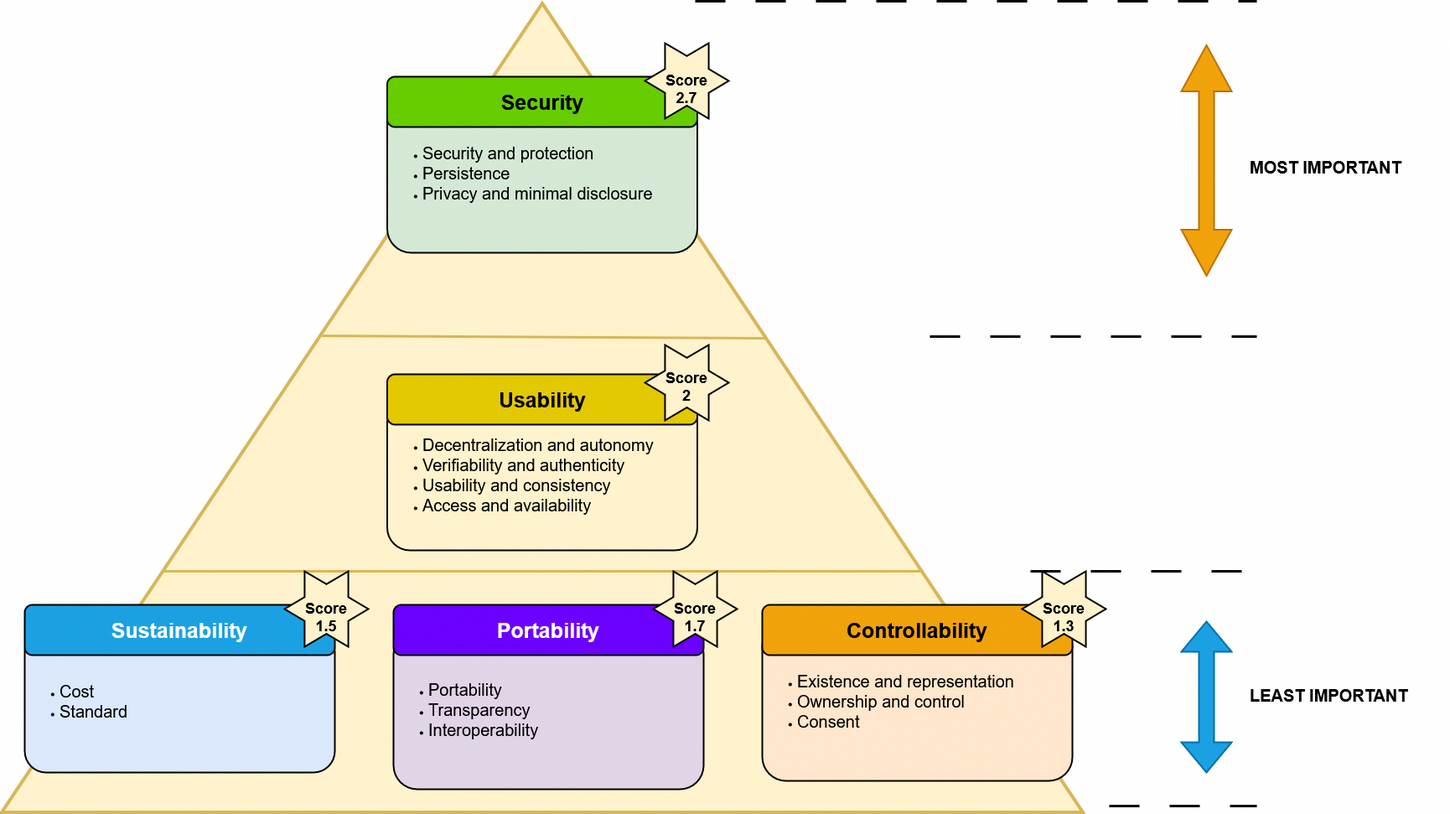
Before: definition/images/survey/ImportantGroups.png, a diagram exported from draw.io (cristianlepore/Self-Sovereign-Identity). Source tidied: cells renumbered, new cells last; positions are measured from the earlier drawing's top-left corner, leaving out a move shared by most shapes.
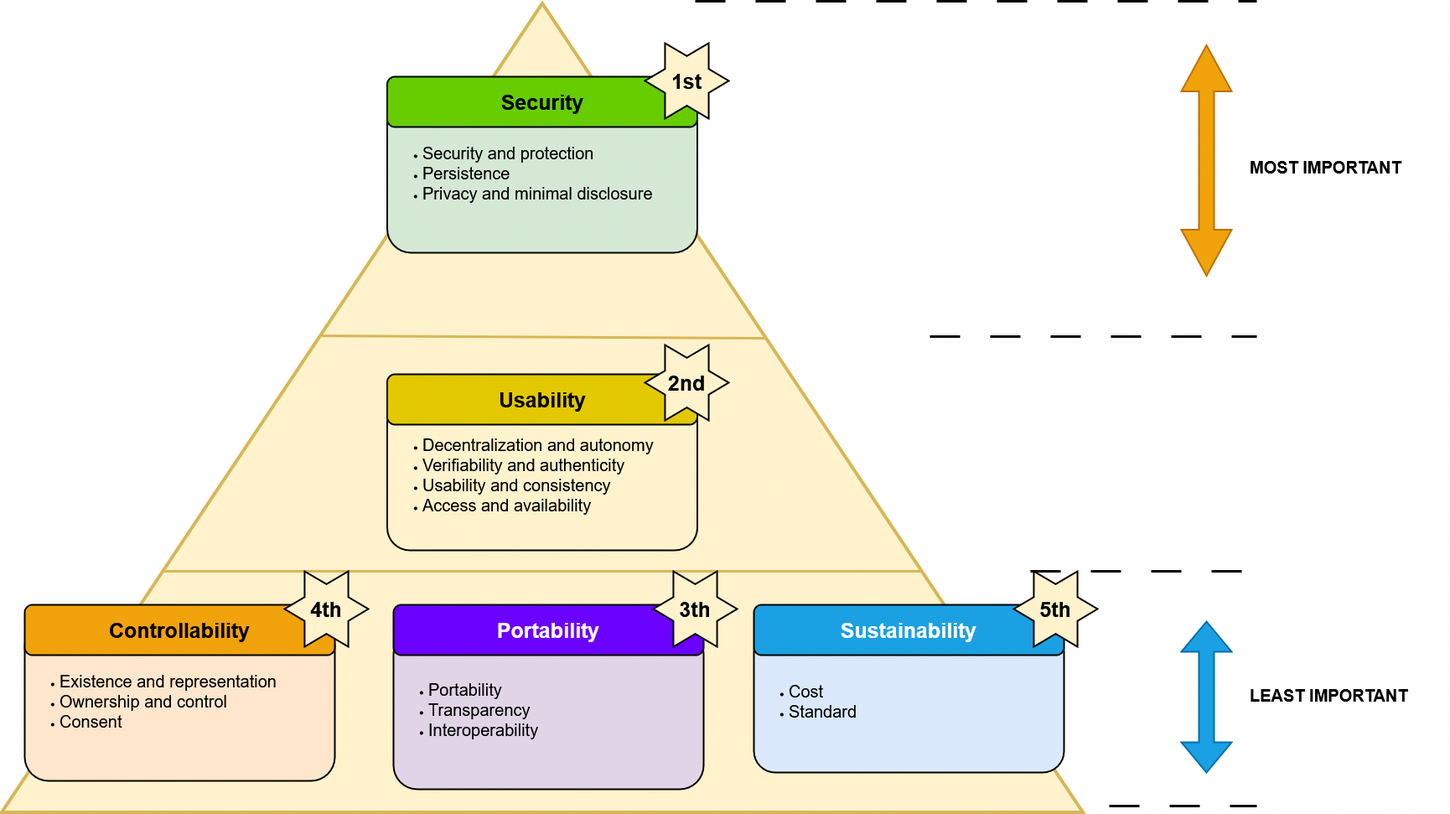
Above is the later version.

What changed in the source:
```diff
@@ -24,7 +24,7 @@
       <mxGeometry relative="1" as="geometry" />
     </mxCell>
     <mxCell id="8" value="&lt;div align=&quot;left&quot;&gt;&lt;ul&gt;&lt;li&gt;&lt;font style=&quot;font-size: 20px;&quot;&gt;Existence and representation&lt;/font&gt;&lt;/li&gt;&lt;li&gt;&lt;font style=&quot;font-size: 20px;&quot;&gt;Ownership and control&lt;/font&gt;&lt;/li&gt;&lt;li&gt;&lt;font style=&quot;font-size: 20px;&quot;&gt;Consent&lt;/font&gt;&lt;/li&gt;&lt;/ul&gt;&lt;/div&gt;" style="rounded=1;whiteSpace=wrap;html=1;align=left;fillColor=#ffe6cc;strokeColor=#000000;strokeWidth=2;" parent="1" vertex="1">
-      <mxGeometry x="880" y="900" width="370" height="190" as="geometry" />
+      <mxGeometry y="900" width="370" height="190" as="geometry" />
     </mxCell>
     <mxCell id="9" value="&lt;div align=&quot;left&quot;&gt;&lt;ul&gt;&lt;li&gt;&lt;font style=&quot;font-size: 20px;&quot;&gt;Security and protection&lt;/font&gt;&lt;/li&gt;&lt;li&gt;&lt;font style=&quot;font-size: 20px;&quot;&gt;Persistence&lt;/font&gt;&lt;/li&gt;&lt;li&gt;&lt;font style=&quot;font-size: 20px;&quot;&gt;Privacy and minimal disclosure&lt;/font&gt;&lt;/li&gt;&lt;/ul&gt;&lt;/div&gt;" style="rounded=1;whiteSpace=wrap;html=1;align=left;fillColor=#d5e8d4;strokeColor=#000000;strokeWidth=2;" parent="1" vertex="1">
       <mxGeometry x="432.5" y="270" width="370" height="190" as="geometry" />
@@ -33,7 +33,7 @@
       <mxGeometry x="432.5" y="635" width="370" height="180" as="geometry" />
     </mxCell>
     <mxCell id="11" value="&lt;b&gt;&lt;font style=&quot;font-size: 25px;&quot;&gt;Controllability&lt;/font&gt;&lt;/b&gt;" style="rounded=1;whiteSpace=wrap;html=1;fillColor=#f0a30a;fontColor=#000000;strokeColor=#000000;strokeWidth=2;" parent="1" vertex="1">
-      <mxGeometry x="880" y="880" width="370" height="60" as="geometry" />
+      <mxGeometry y="880" width="370" height="60" as="geometry" />
     </mxCell>
     <mxCell id="12" value="&lt;div&gt;&lt;b&gt;&lt;font style=&quot;font-size: 25px;&quot;&gt;Usability&lt;/font&gt;&lt;/b&gt;&lt;br&gt;&lt;/div&gt;" style="rounded=1;whiteSpace=wrap;html=1;fillColor=#e3c800;fontColor=#000000;strokeColor=#000000;strokeWidth=2;" parent="1" vertex="1">
       <mxGeometry x="432.5" y="605" width="370" height="60" as="geometry" />
@@ -42,7 +42,7 @@
       <mxGeometry x="432.5" y="250" width="370" height="60" as="geometry" />
     </mxCell>
     <mxCell id="14" value="&lt;div align=&quot;left&quot;&gt;&lt;ul&gt;&lt;li&gt;&lt;font style=&quot;font-size: 20px;&quot;&gt;Cost&lt;/font&gt;&lt;/li&gt;&lt;li&gt;&lt;div&gt;&lt;font style=&quot;font-size: 20px;&quot;&gt;Standard&lt;/font&gt;&lt;/div&gt;&lt;/li&gt;&lt;/ul&gt;&lt;/div&gt;" style="rounded=1;whiteSpace=wrap;html=1;fillColor=#dae8fc;strokeColor=#000000;align=left;strokeWidth=2;" parent="1" vertex="1">
-      <mxGeometry y="910" width="370" height="170" as="geometry" />
+      <mxGeometry x="870" y="910" width="370" height="170" as="geometry" />
     </mxCell>
     <mxCell id="15" value="&lt;div align=&quot;left&quot;&gt;&lt;ul&gt;&lt;li&gt;&lt;font style=&quot;font-size: 20px;&quot;&gt;Portability&lt;/font&gt;&lt;/li&gt;&lt;li&gt;&lt;font style=&quot;font-size: 20px;&quot;&gt;Transparency&lt;/font&gt;&lt;/li&gt;&lt;li&gt;&lt;font style=&quot;font-size: 20px;&quot;&gt;Interoperability&lt;/font&gt;&lt;/li&gt;&lt;/ul&gt;&lt;/div&gt;" style="rounded=1;whiteSpace=wrap;html=1;align=left;fillColor=#e1d5e7;strokeColor=#000000;strokeWidth=2;" parent="1" vertex="1">
       <mxGeometry x="440" y="910" width="370" height="190" as="geometry" />
@@ -51,7 +51,7 @@
       <mxGeometry x="440" y="880" width="370" height="60" as="geometry" />
     </mxCell>
     <mxCell id="17" value="&lt;font style=&quot;font-size: 25px;&quot;&gt;&lt;b&gt;Sustainability&lt;/b&gt;&lt;/font&gt;" style="rounded=1;whiteSpace=wrap;html=1;fillColor=#1ba1e2;fontColor=#ffffff;strokeColor=#000000;strokeWidth=2;" parent="1" vertex="1">
-      <mxGeometry y="880" width="370" height="60" as="geometry" />
+      <mxGeometry x="870" y="880" width="370" height="60" as="geometry" />
     </mxCell>
     <mxCell id="18" style="shape=doubleArrow;whiteSpace=wrap;html=1;rotation=90;fillColor=#1ba1e2;strokeColor=#006EAF;fontColor=#ffffff;strokeWidth=2;" parent="1" vertex="1">
       <mxGeometry x="1320" y="960" width="180" height="60" as="geometry" />
@@ -80,8 +80,8 @@
     <mxCell id="23" style="verticalLabelPosition=bottom;verticalAlign=top;html=1;shape=mxgraph.basic.6_point_star;fillColor=#fff2cc;strokeColor=#000000;strokeWidth=2;" parent="1" vertex="1">
       <mxGeometry x="740" y="210" width="100" height="90" as="geometry" />
     </mxCell>
-    <mxCell id="24" value="&lt;font style=&quot;font-size: 18px;&quot;&gt;&lt;b&gt;&lt;font&gt;Score 2.7&lt;/font&gt;&lt;/b&gt;&lt;/font&gt;" style="text;html=1;align=center;verticalAlign=middle;whiteSpace=wrap;rounded=0;" parent="1" vertex="1">
-      <mxGeometry x="760" y="250" width="60" height="30" as="geometry" />
+    <mxCell id="24" value="&lt;font style=&quot;font-size: 25px;&quot;&gt;&lt;b&gt;&lt;font&gt;1st&lt;/font&gt;&lt;/b&gt;&lt;/font&gt;" style="text;html=1;align=center;verticalAlign=middle;whiteSpace=wrap;rounded=0;" parent="1" vertex="1">
+      <mxGeometry x="760" y="240" width="60" height="30" as="geometry" />
     </mxCell>
     <mxCell id="25" style="verticalLabelPosition=bottom;verticalAlign=top;html=1;shape=mxgraph.basic.6_point_star;fillColor=#fff2cc;strokeColor=#000000;strokeWidth=2;" parent="1" vertex="1">
       <mxGeometry x="740" y="570" width="100" height="90" as="geometry" />
@@ -89,23 +89,23 @@
     <mxCell id="26" style="verticalLabelPosition=bottom;verticalAlign=top;html=1;shape=mxgraph.basic.6_point_star;fillColor=#fff2cc;strokeColor=#000000;strokeWidth=2;" parent="1" vertex="1">
       <mxGeometry x="750" y="840" width="100" height="90" as="geometry" />
     </mxCell>
-    <mxCell id="27" value="&lt;font style=&quot;font-size: 18px;&quot;&gt;&lt;b&gt;&lt;font&gt;Score 2&lt;/font&gt;&lt;/b&gt;&lt;/font&gt;" style="text;html=1;align=center;verticalAlign=middle;whiteSpace=wrap;rounded=0;" parent="1" vertex="1">
-      <mxGeometry x="760" y="605" width="60" height="30" as="geometry" />
-    </mxCell>
-    <mxCell id="28" value="&lt;font style=&quot;font-size: 18px;&quot;&gt;&lt;b&gt;&lt;font&gt;Score 1.7&lt;/font&gt;&lt;/b&gt;&lt;/font&gt;" style="text;html=1;align=center;verticalAlign=middle;whiteSpace=wrap;rounded=0;" parent="1" vertex="1">
-      <mxGeometry x="770" y="880" width="60" height="30" as="geometry" />
-    </mxCell>
     <mxCell id="29" style="verticalLabelPosition=bottom;verticalAlign=top;html=1;shape=mxgraph.basic.6_point_star;fillColor=#fff2cc;strokeColor=#000000;strokeWidth=2;" parent="1" vertex="1">
-      <mxGeometry x="310" y="840" width="100" height="90" as="geometry" />
+      <mxGeometry x="1180" y="840" width="100" height="90" as="geometry" />
     </mxCell>
-    <mxCell id="30" value="&lt;font style=&quot;font-size: 18px;&quot;&gt;&lt;b&gt;&lt;font&gt;Score 1.5&lt;/font&gt;&lt;/b&gt;&lt;/font&gt;" style="text;html=1;align=center;verticalAlign=middle;whiteSpace=wrap;rounded=0;" parent="1" vertex="1">
-      <mxGeometry x="330" y="880" width="60" height="30" as="geometry" />
-    </mxCell>
     <mxCell id="31" style="verticalLabelPosition=bottom;verticalAlign=top;html=1;shape=mxgraph.basic.6_point_star;fillColor=#fff2cc;strokeColor=#000000;strokeWidth=2;" parent="1" vertex="1">
-      <mxGeometry x="1190" y="840" width="100" height="90" as="geometry" />
+      <mxGeometry x="310" y="840" width="100" height="90" as="geometry" />
     </mxCell>
-    <mxCell id="32" value="&lt;font style=&quot;font-size: 18px;&quot;&gt;&lt;b&gt;&lt;font&gt;Score 1.3&lt;/font&gt;&lt;/b&gt;&lt;/font&gt;" style="text;html=1;align=center;verticalAlign=middle;whiteSpace=wrap;rounded=0;" parent="1" vertex="1">
-      <mxGeometry x="1210" y="880" width="60" height="30" as="geometry" />
+    <mxCell id="32" value="&lt;font style=&quot;font-size: 25px;&quot;&gt;&lt;b&gt;&lt;font&gt;4th&lt;/font&gt;&lt;/b&gt;&lt;/font&gt;" style="text;html=1;align=center;verticalAlign=middle;whiteSpace=wrap;rounded=0;" parent="1" vertex="1">
+      <mxGeometry x="330" y="870" width="60" height="30" as="geometry" />
     </mxCell>
+    <mxCell id="33" value="&lt;font style=&quot;font-size: 25px;&quot;&gt;&lt;b&gt;&lt;font&gt;2nd&lt;/font&gt;&lt;/b&gt;&lt;/font&gt;" style="text;html=1;align=center;verticalAlign=middle;whiteSpace=wrap;rounded=0;" parent="1" vertex="1">
+      <mxGeometry x="760" y="600" width="60" height="30" as="geometry" />
+    </mxCell>
+    <mxCell id="34" value="&lt;font style=&quot;font-size: 25px;&quot;&gt;&lt;b&gt;&lt;font&gt;3th&lt;/font&gt;&lt;/b&gt;&lt;/font&gt;" style="text;html=1;align=center;verticalAlign=middle;whiteSpace=wrap;rounded=0;" parent="1" vertex="1">
+      <mxGeometry x="770" y="870" width="60" height="30" as="geometry" />
+    </mxCell>
+    <mxCell id="35" value="&lt;font style=&quot;font-size: 25px;&quot;&gt;&lt;b&gt;&lt;font&gt;5th&lt;/font&gt;&lt;/b&gt;&lt;/font&gt;" style="text;html=1;align=center;verticalAlign=middle;whiteSpace=wrap;rounded=0;" parent="1" vertex="1">
+      <mxGeometry x="1200" y="870" width="60" height="30" as="geometry" />
+    </mxCell>
   </root>
 </mxGraphModel>
```
